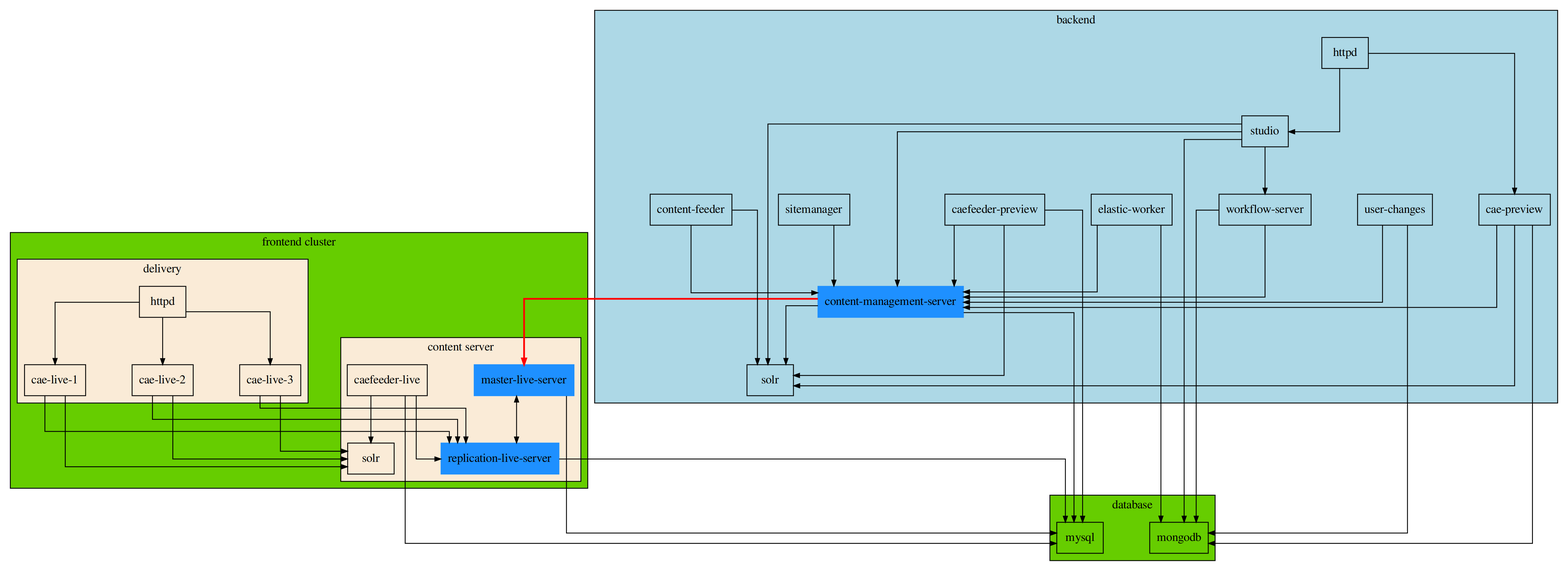
Earlier version of the Graphviz export setup.png (bodsch/coremedia-environment). Its source is kept beside it as setup.dot.
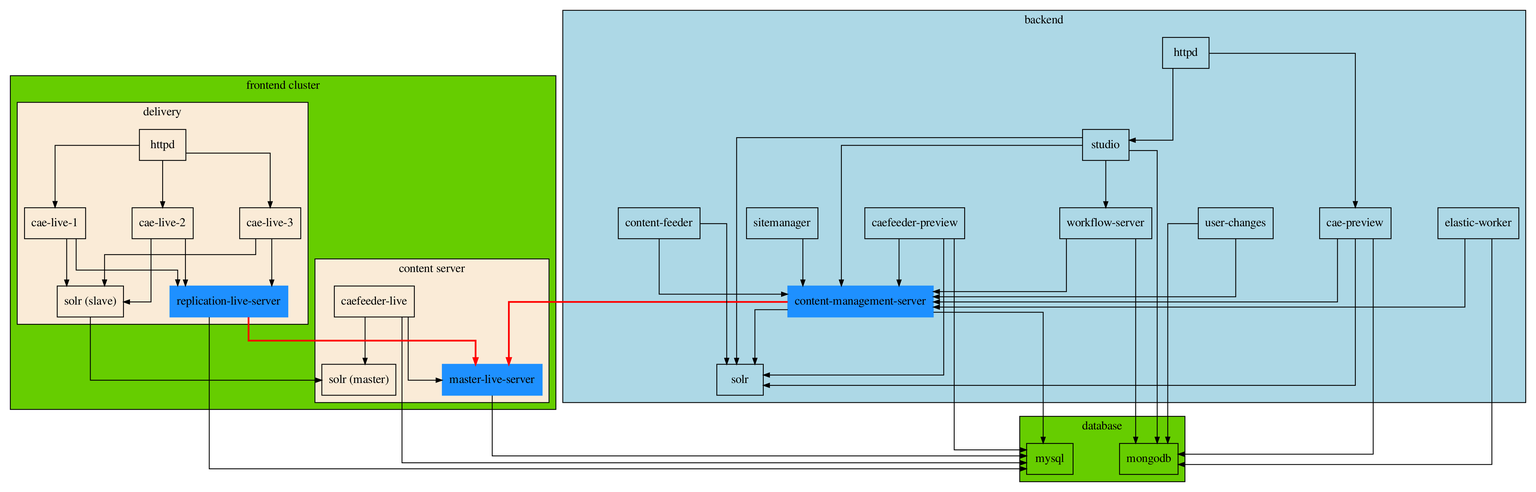
After the commit.

Commit message:
add documentation for ssl certificate move RLS in the delivery environment add an (planned) solr slave

What changed in the source:
```diff
@@ -89,18 +89,15 @@
       label   = "content server"
       bgcolor = antiquewhite
 
-      rls         [ label = "replication-live-server" color = "dodgerblue" style = filled ]
       mls         [ label = "master-live-server" color = "dodgerblue" style = filled ]
       feeder_live [ label = "caefeeder-live" ]
-      solr_fe     [ label = "solr" ]
+      solr_fe     [ label = "solr (master)" ]
 
 
       feeder_live     -> solr_fe
-      feeder_live     -> rls
+      feeder_live     -> mls
       feeder_live     -> mysql
-      mls             -> rls [ dir=both ]
       mls             -> mysql
-      rls             -> mysql
 
       cms             -> mls [ penwidth = 2, color = "red" ]
     }
@@ -112,22 +109,30 @@
       bgcolor = antiquewhite
 
       httpd_fe      [ label = "httpd" ]
+      rls           [ label = "replication-live-server" color = "dodgerblue" style = filled ]
       cae1          [ label = "cae-live-1" ]
       cae2          [ label = "cae-live-2" ]
       cae3          [ label = "cae-live-3" ]
+
+      solr_fe_slave [ label = "solr (slave)" ]
 
       httpd_fe  -> cae1
       httpd_fe  -> cae2
       httpd_fe  -> cae3
 
+      solr_fe_slave -> solr_fe
+
       cae1      -> rls
-      cae1      -> solr_fe
+      cae1      -> solr_fe_slave
 
       cae2      -> rls
-      cae2      -> solr_fe
+      cae2      -> solr_fe_slave
 
       cae3      -> rls
-      cae3      -> solr_fe
+      cae3      -> solr_fe_slave
+
+      rls       -> mysql
+      rls       -> mls [ penwidth = 2, color = "red" ]
     }
   }
 }
```
